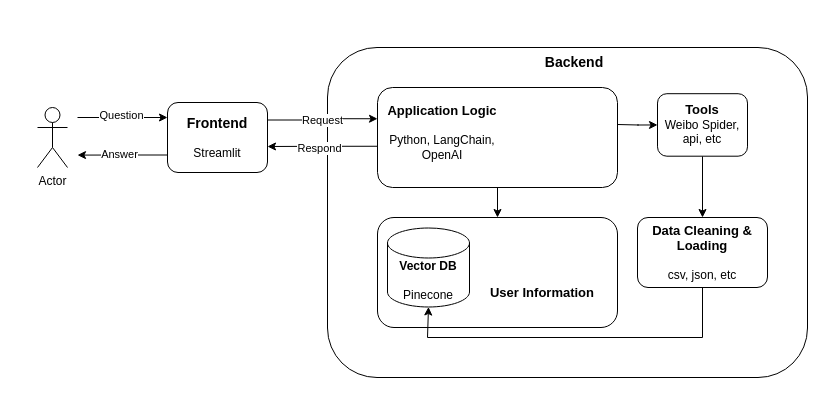
Before: EchoPersona.drawio in Jiaaming/EchoPersona, a draw.io diagram. Source tidied: cells renumbered, new cells numbered last; positions are measured from the earlier drawing's top-left corner, leaving out a move shared by most shapes. Both pictures are drawn from the tidied source at 100%, with x=0, y=0 at pixel (37, 47).
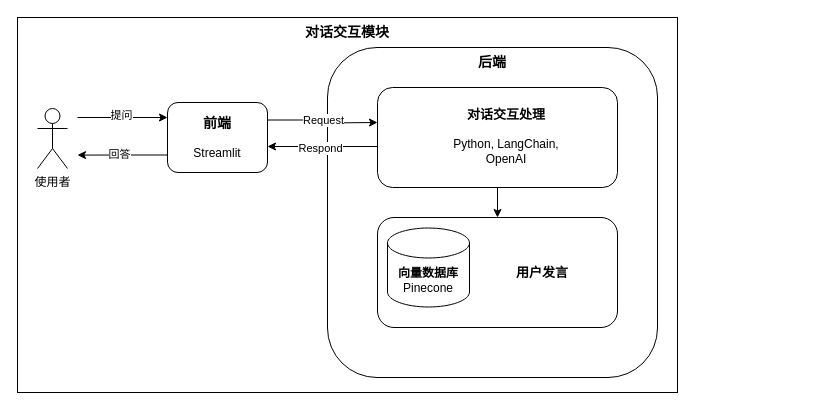
Above is the later version.

The change refers to these unchanged cells:
```xml
<mxCell id="2" style="edgeStyle=orthogonalEdgeStyle;rounded=0;orthogonalLoop=1;jettySize=auto;html=1;entryX=0;entryY=0.5;entryDx=0;entryDy=0;" parent="1" edge="1">
  <mxGeometry relative="1" as="geometry">
    <mxPoint x="40" y="70" as="sourcePoint" />
    <mxPoint x="130" y="70" as="targetPoint" />
  </mxGeometry>
</mxCell>
<mxCell id="5" style="edgeStyle=orthogonalEdgeStyle;rounded=0;jettySize=auto;html=1;exitX=0;exitY=0.75;exitDx=0;exitDy=0;" parent="1" edge="1" source="7">
  <mxGeometry relative="1" as="geometry">
    <mxPoint x="40" y="107.6" as="targetPoint" />
  </mxGeometry>
</mxCell>
```

Diff of the diagram source:
```diff
@@
+    <mxCell id="25" style="rounded=0;whiteSpace=wrap;html=1;" parent="1" vertex="1">
+      <mxGeometry x="-20" y="-30" width="660" height="375" as="geometry" />
+    </mxCell>
@@
-    <mxCell id="3" value="Question" style="edgeLabel;html=1;align=center;verticalAlign=middle;" parent="2" vertex="1">
+    <mxCell id="3" value="提问" style="edgeLabel;html=1;align=center;verticalAlign=middle;" parent="2" vertex="1">
       <mxGeometry x="-0.04" y="3" relative="1" as="geometry" />
     </mxCell>
-    <mxCell id="4" value="Actor" style="shape=umlActor;verticalLabelPosition=bottom;verticalAlign=top;html=1;" parent="1" vertex="1">
-      <mxGeometry y="60" width="30" height="60" as="geometry" />
+    <mxCell id="4" value="使用者" style="shape=umlActor;verticalLabelPosition=bottom;verticalAlign=top;html=1;" parent="1" vertex="1">
+      <mxGeometry y="61" width="30" height="60" as="geometry" />
     </mxCell>
@@
-    <mxCell id="6" value="Answer" style="edgeLabel;html=1;align=center;verticalAlign=middle;" parent="5" vertex="1">
+    <mxCell id="6" value="回答" style="edgeLabel;html=1;align=center;verticalAlign=middle;" parent="5" vertex="1">
       <mxGeometry x="0.08" y="-2" relative="1" as="geometry" />
     </mxCell>
-    <mxCell id="7" value="&lt;b style=&quot;font-size: 14px;&quot;&gt;Frontend&lt;br&gt;&lt;/b&gt;&lt;br&gt;Streamlit" style="rounded=1;whiteSpace=wrap;html=1;" parent="1" vertex="1">
+    <mxCell id="7" value="&lt;b style=&quot;font-size: 14px;&quot;&gt;前端&lt;br&gt;&lt;/b&gt;&lt;br&gt;Streamlit" style="rounded=1;whiteSpace=wrap;html=1;" parent="1" vertex="1">
       <mxGeometry x="130" y="55" width="100" height="70" as="geometry" />
     </mxCell>
-    <mxCell id="8" value="&lt;br&gt;&lt;div style=&quot;text-align: justify;&quot;&gt;&lt;/div&gt;" style="rounded=1;whiteSpace=wrap;html=1;" parent="1" vertex="1">
-      <mxGeometry x="290" width="480" height="330" as="geometry" />
+    <mxCell id="8" value="&lt;br&gt;&lt;div style=&quot;text-align: justify;&quot;&gt;&lt;/div&gt;" style="rounded=1;whiteSpace=wrap;html=1;sketch=0;" parent="1" vertex="1">
+      <mxGeometry x="290" width="330" height="330" as="geometry" />
     </mxCell>
-    <mxCell id="9" value="&lt;b&gt;&lt;font style=&quot;font-size: 14px;&quot;&gt;Backend&lt;/font&gt;&lt;/b&gt;" style="text;html=1;strokeColor=none;fillColor=none;align=center;verticalAlign=middle;whiteSpace=wrap;rounded=0;" parent="1" vertex="1">
-      <mxGeometry x="507" width="60" height="30" as="geometry" />
+    <mxCell id="9" value="&lt;b&gt;&lt;font style=&quot;font-size: 14px;&quot;&gt;后端&lt;/font&gt;&lt;/b&gt;" style="text;html=1;strokeColor=none;fillColor=none;align=center;verticalAlign=middle;whiteSpace=wrap;rounded=0;" parent="1" vertex="1">
+      <mxGeometry x="425" width="60" height="30" as="geometry" />
     </mxCell>
@@
-    <mxCell id="12" style="edgeStyle=orthogonalEdgeStyle;rounded=0;jettySize=auto;html=1;entryX=0;entryY=0.5;entryDx=0;entryDy=0;" parent="1" edge="1" target="17">
-      <mxGeometry relative="1" as="geometry">
-        <mxPoint x="580" y="77" as="sourcePoint" />
-      </mxGeometry>
-    </mxCell>
-    <mxCell id="13" style="edgeStyle=orthogonalEdgeStyle;rounded=0;jettySize=auto;html=1;exitX=0;exitY=0.75;exitDx=0;exitDy=0;" parent="1" edge="1" source="15">
+    <mxCell id="13" style="edgeStyle=orthogonalEdgeStyle;rounded=0;orthogonalLoop=1;jettySize=auto;html=1;" parent="1" edge="1">
       <mxGeometry relative="1" as="geometry">
+        <mxPoint x="340" y="99" as="sourcePoint" />
         <mxPoint x="230" y="99" as="targetPoint" />
       </mxGeometry>
     </mxCell>
@@
-    <mxCell id="15" value="&lt;b style=&quot;font-size: 13px;&quot;&gt;Application Logic&lt;br&gt;&lt;/b&gt;&lt;br&gt;Python, LangChain,&lt;br&gt;OpenAI" style="text;html=1;strokeColor=none;fillColor=none;align=center;verticalAlign=middle;whiteSpace=wrap;rounded=0;" parent="1" vertex="1">
-      <mxGeometry x="340" y="57.5" width="130" height="55" as="geometry" />
+    <mxCell id="15" value="&lt;span style=&quot;font-size: 13px;&quot;&gt;&lt;b&gt;对话交互处理&lt;br&gt;&lt;/b&gt;&lt;/span&gt;&lt;br&gt;Python, LangChain,&lt;br&gt;OpenAI" style="text;html=1;strokeColor=none;fillColor=none;align=center;verticalAlign=middle;whiteSpace=wrap;rounded=0;" parent="1" vertex="1">
+      <mxGeometry x="404" y="61" width="130" height="55" as="geometry" />
     </mxCell>
-    <mxCell id="16" style="edgeStyle=orthogonalEdgeStyle;rounded=0;jettySize=auto;html=1;exitX=0.5;exitY=1;exitDx=0;exitDy=0;entryX=0.5;entryY=0;entryDx=0;entryDy=0;" parent="1" edge="1" source="17" target="18">
-      <mxGeometry relative="1" as="geometry" />
-    </mxCell>
-    <mxCell id="17" value="&lt;b&gt;&lt;font style=&quot;font-size: 13px;&quot;&gt;Tools&lt;/font&gt;&lt;br&gt;&lt;/b&gt;Weibo Spider, api, etc" style="rounded=1;whiteSpace=wrap;html=1;" parent="1" vertex="1">
-      <mxGeometry x="620" y="46.2" width="90" height="62.5" as="geometry" />
-    </mxCell>
-    <mxCell id="18" value="&lt;font style=&quot;font-size: 13px;&quot;&gt;&lt;b&gt;Data Cleaning &amp;amp; Loading&lt;/b&gt;&lt;br&gt;&lt;/font&gt;&lt;br&gt;csv, json, etc" style="rounded=1;whiteSpace=wrap;html=1;" parent="1" vertex="1">
-      <mxGeometry x="600" y="170" width="130" height="70" as="geometry" />
-    </mxCell>
@@
-    <mxCell id="20" value="&lt;b&gt;Vector DB&lt;br&gt;&lt;/b&gt;&lt;br&gt;Pinecone" style="shape=cylinder3;whiteSpace=wrap;html=1;boundedLbl=1;backgroundOutline=1;size=15;" parent="1" vertex="1">
+    <mxCell id="20" value="&lt;b&gt;向量数据库&lt;/b&gt;&lt;br&gt;Pinecone" style="shape=cylinder3;whiteSpace=wrap;html=1;boundedLbl=1;backgroundOutline=1;size=15;" parent="1" vertex="1">
       <mxGeometry x="350" y="180.5" width="82" height="79" as="geometry" />
     </mxCell>
-    <mxCell id="21" value="&lt;b&gt;&lt;font style=&quot;font-size: 13px;&quot;&gt;User Information&lt;/font&gt;&lt;/b&gt;" style="text;html=1;strokeColor=none;fillColor=none;align=center;verticalAlign=middle;whiteSpace=wrap;rounded=0;" parent="1" vertex="1">
-      <mxGeometry x="450" y="229.5" width="110" height="30" as="geometry" />
+    <mxCell id="21" value="&lt;b&gt;&lt;font style=&quot;font-size: 13px;&quot;&gt;用户发言&lt;/font&gt;&lt;/b&gt;" style="text;html=1;strokeColor=none;fillColor=none;align=center;verticalAlign=middle;whiteSpace=wrap;rounded=0;" parent="1" vertex="1">
+      <mxGeometry x="450" y="210" width="110" height="30" as="geometry" />
     </mxCell>
-    <mxCell id="22" style="edgeStyle=orthogonalEdgeStyle;rounded=0;jettySize=auto;html=1;exitX=0.5;exitY=1;exitDx=0;exitDy=0;entryX=0.5;entryY=1;entryDx=0;entryDy=0;entryPerimeter=0;" parent="1" edge="1" source="18" target="20">
-      <mxGeometry relative="1" as="geometry">
-        <Array as="points">
-          <mxPoint x="665" y="290" />
-          <mxPoint x="390" y="290" />
-        </Array>
-      </mxGeometry>
-    </mxCell>
-    <mxCell id="23" style="edgeStyle=orthogonalEdgeStyle;rounded=0;jettySize=auto;html=1;exitX=1;exitY=0.25;exitDx=0;exitDy=0;entryX=0;entryY=0.25;entryDx=0;entryDy=0;" parent="1" edge="1" source="7" target="15">
-      <mxGeometry relative="1" as="geometry" />
+    <mxCell id="23" style="edgeStyle=orthogonalEdgeStyle;rounded=0;jettySize=auto;html=1;exitX=1;exitY=0.25;exitDx=0;exitDy=0;" parent="1" edge="1" source="7">
+      <mxGeometry relative="1" as="geometry">
+        <mxPoint x="340" y="75" as="targetPoint" />
+      </mxGeometry>
     </mxCell>
@@
+    <mxCell id="26" value="&lt;b&gt;&lt;font style=&quot;font-size: 14px;&quot;&gt;对话交互模块&lt;/font&gt;&lt;/b&gt;" style="text;html=1;strokeColor=none;fillColor=none;align=center;verticalAlign=middle;whiteSpace=wrap;rounded=0;" parent="1" vertex="1">
+      <mxGeometry x="260" y="-30" width="100" height="30" as="geometry" />
+    </mxCell>
```
